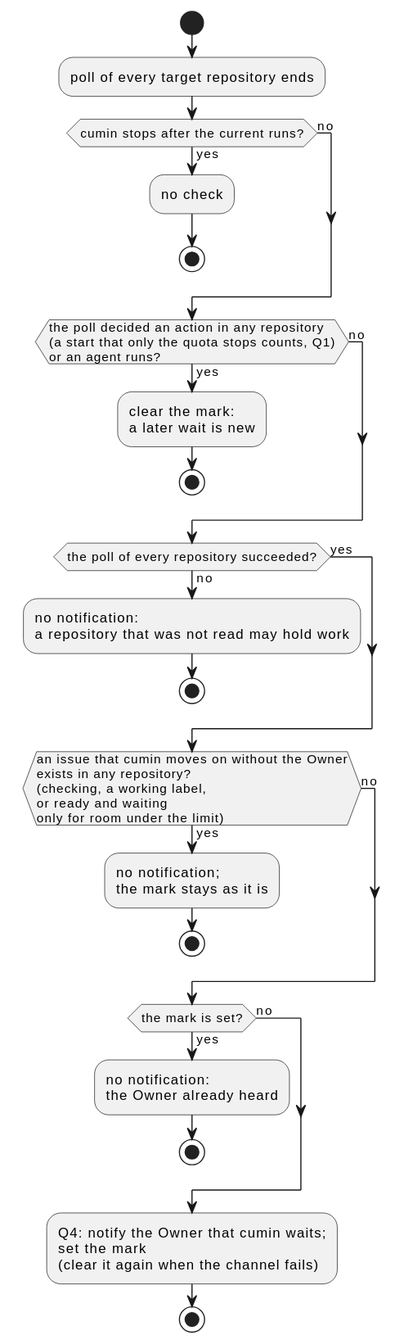
Above: docs/ja/designs/quota-waiting.svg in cloveclovedev/cumin-works (PlantUML), before the change.
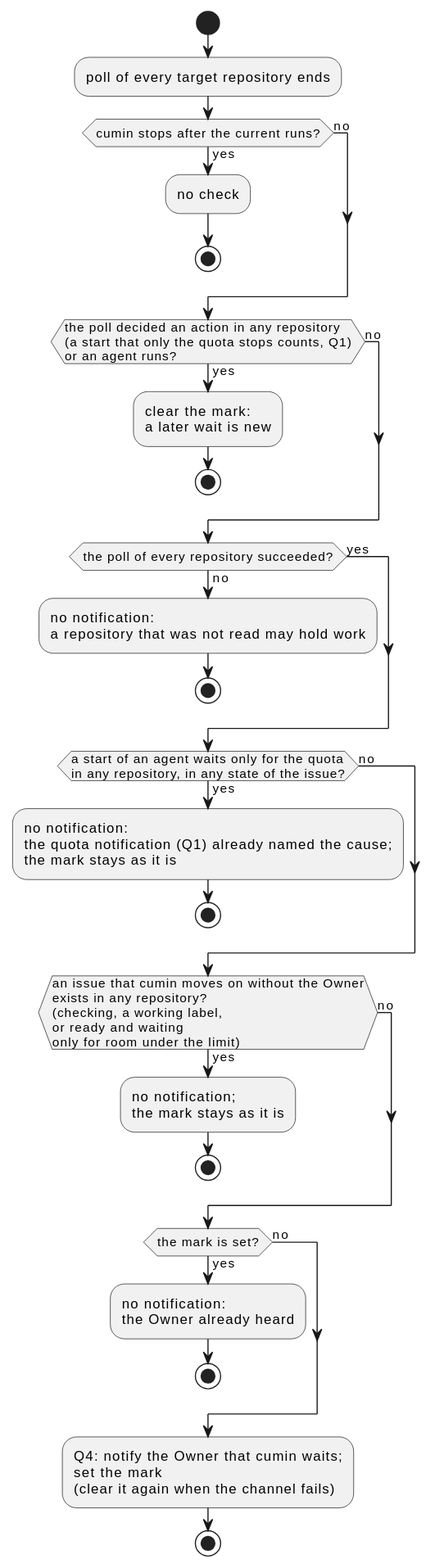
After the change.

Commit message:
feat(workflow): send no waiting notification while a start waits only for the quota (#573)

Change to the diagram source:
```diff
@@ -19,6 +19,11 @@
   stop
 else (yes)
 endif
+if (a start of an agent waits only for the quota\nin any repository, in any state of the issue?) then (yes)
+  :no notification:\nthe quota notification (Q1) already named the cause;\nthe mark stays as it is;
+  stop
+else (no)
+endif
 if (an issue that cumin moves on without the Owner\nexists in any repository?\n(checking, a working label,\nor ready and waiting\nonly for room under the limit)) then (yes)
   :no notification;\nthe mark stays as it is;
   stop
```
